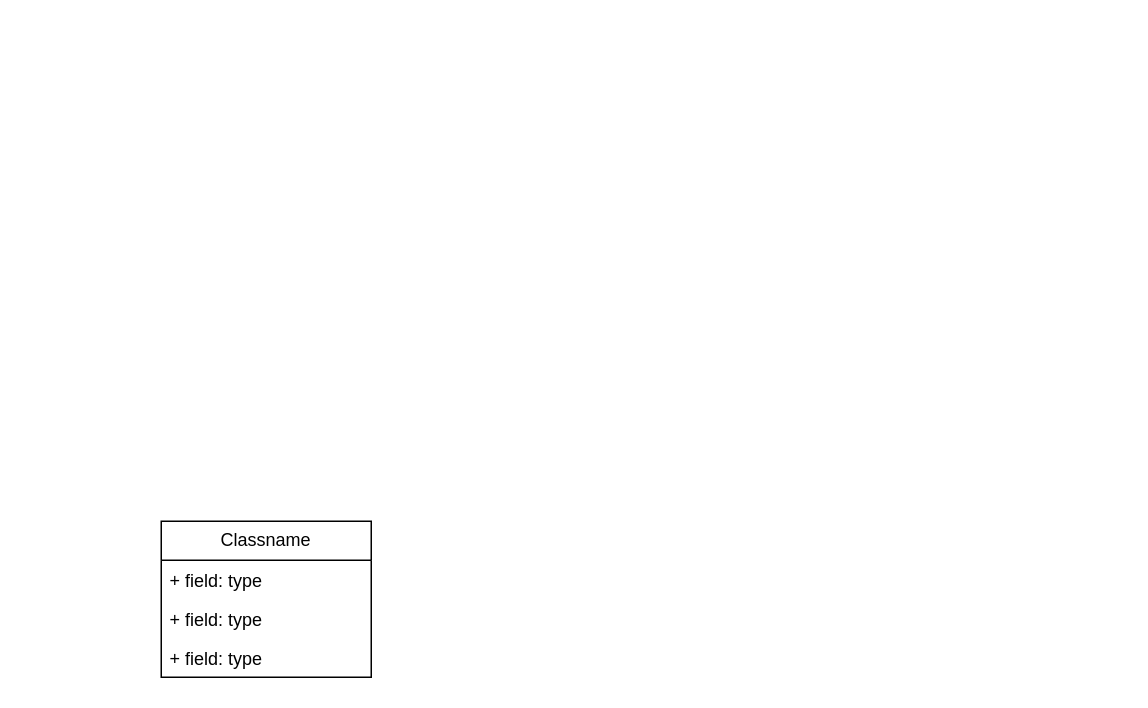
Earlier version of the draw.io diagram Projet_EFM.drawio (HoudaLa/EFM_Project). Source tidied: cells renumbered, new cells numbered last; positions are measured from the earlier drawing's top-left corner, leaving out a move shared by most shapes. Both pictures are drawn from the tidied source at 150%, with x=0, y=0 at pixel (160, 520).
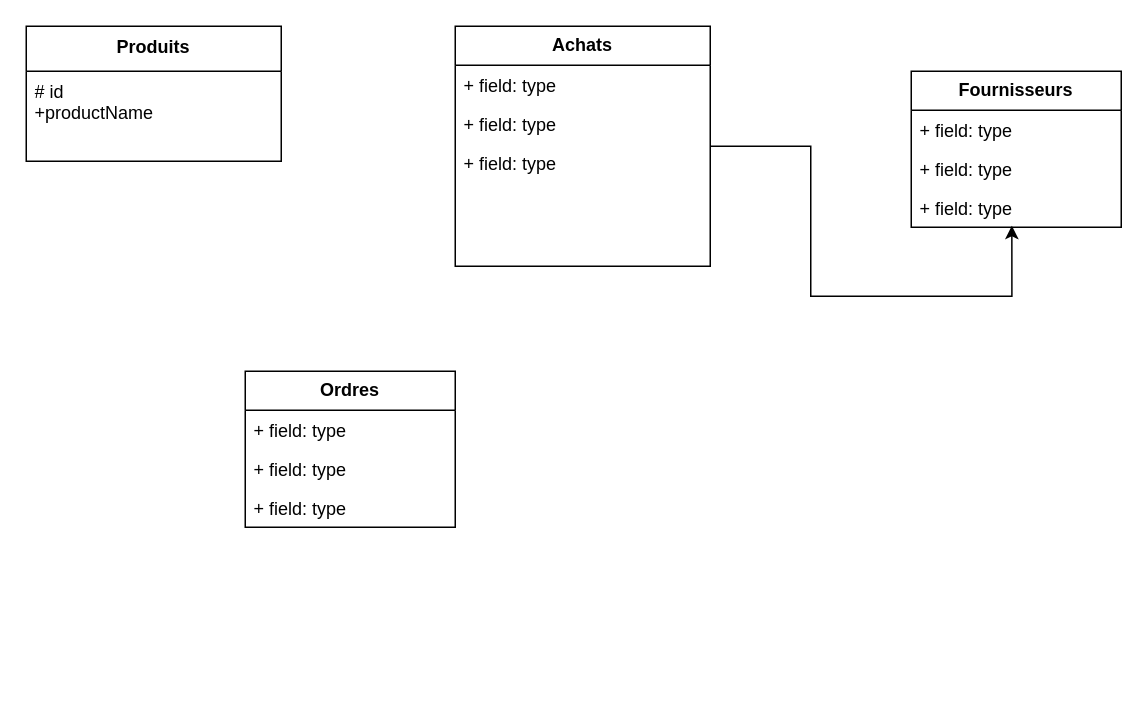
Above is the later version.

Commit message (it also covers changes not shown here):
Mettre à jour Projet_EFM.drawio

The edit, as a diff of the source:
```diff
@@
 <mxGraphModel>
   <root>
     <mxCell id="0" />
     <mxCell id="1" parent="0" />
-    <mxCell id="2" value="Classname" style="swimlane;fontStyle=0;horizontal=1;startSize=26;fillColor=none;whiteSpace=wrap;html=1;" parent="1" vertex="1">
-      <mxGeometry width="140" height="104" as="geometry" />
-    </mxCell>
-    <mxCell id="3" value="+ field: type" style="text;strokeColor=none;fillColor=none;align=left;verticalAlign=top;spacingLeft=4;spacingRight=4;overflow=hidden;whiteSpace=wrap;html=1;" parent="2" vertex="1">
-      <mxGeometry y="26" width="140" height="26" as="geometry" />
-    </mxCell>
-    <mxCell id="4" value="+ field: type" style="text;strokeColor=none;fillColor=none;align=left;verticalAlign=top;spacingLeft=4;spacingRight=4;overflow=hidden;whiteSpace=wrap;html=1;" parent="2" vertex="1">
-      <mxGeometry y="52" width="140" height="26" as="geometry" />
-    </mxCell>
-    <mxCell id="5" value="+ field: type" style="text;strokeColor=none;fillColor=none;align=left;verticalAlign=top;spacingLeft=4;spacingRight=4;overflow=hidden;whiteSpace=wrap;html=1;" parent="2" vertex="1">
-      <mxGeometry y="78" width="140" height="26" as="geometry" />
-    </mxCell>
+    <mxCell id="6" value="Produits" style="swimlane;fontStyle=1;align=center;verticalAlign=top;horizontal=1;startSize=30;whiteSpace=wrap;html=1;" parent="1" vertex="1">
+      <mxGeometry x="-90" y="-330" width="170" height="90" as="geometry" />
+    </mxCell>
+    <mxCell id="7" value="&lt;div&gt;# id&lt;/div&gt;&lt;div&gt;+productName&lt;/div&gt;&lt;div&gt;&lt;br&gt;&lt;/div&gt;" style="text;strokeColor=none;fillColor=none;align=left;verticalAlign=top;spacingLeft=4;spacingRight=4;overflow=hidden;whiteSpace=wrap;html=1;" parent="6" vertex="1">
+      <mxGeometry y="30" width="170" height="60" as="geometry" />
+    </mxCell>
+    <mxCell id="8" value="&lt;b&gt;Achats&lt;/b&gt;" style="swimlane;fontStyle=0;horizontal=1;startSize=26;fillColor=none;whiteSpace=wrap;html=1;" parent="1" vertex="1">
+      <mxGeometry x="196" y="-330" width="170" height="160" as="geometry" />
+    </mxCell>
+    <mxCell id="9" value="+ field: type" style="text;strokeColor=none;fillColor=none;align=left;verticalAlign=top;spacingLeft=4;spacingRight=4;overflow=hidden;whiteSpace=wrap;html=1;" parent="8" vertex="1">
+      <mxGeometry y="26" width="170" height="26" as="geometry" />
+    </mxCell>
+    <mxCell id="10" value="+ field: type" style="text;strokeColor=none;fillColor=none;align=left;verticalAlign=top;spacingLeft=4;spacingRight=4;overflow=hidden;whiteSpace=wrap;html=1;" parent="8" vertex="1">
+      <mxGeometry y="52" width="170" height="26" as="geometry" />
+    </mxCell>
+    <mxCell id="11" value="+ field: type" style="text;strokeColor=none;fillColor=none;align=left;verticalAlign=top;spacingLeft=4;spacingRight=4;overflow=hidden;whiteSpace=wrap;html=1;" parent="8" vertex="1">
+      <mxGeometry y="78" width="170" height="82" as="geometry" />
+    </mxCell>
+    <mxCell id="12" value="&lt;b&gt;Fournisseurs&lt;/b&gt;" style="swimlane;fontStyle=0;horizontal=1;startSize=26;fillColor=none;whiteSpace=wrap;html=1;" parent="1" vertex="1">
+      <mxGeometry x="500" y="-300" width="140" height="104" as="geometry" />
+    </mxCell>
+    <mxCell id="13" value="+ field: type" style="text;strokeColor=none;fillColor=none;align=left;verticalAlign=top;spacingLeft=4;spacingRight=4;overflow=hidden;whiteSpace=wrap;html=1;" parent="12" vertex="1">
+      <mxGeometry y="26" width="140" height="26" as="geometry" />
+    </mxCell>
+    <mxCell id="14" value="+ field: type" style="text;strokeColor=none;fillColor=none;align=left;verticalAlign=top;spacingLeft=4;spacingRight=4;overflow=hidden;whiteSpace=wrap;html=1;" parent="12" vertex="1">
+      <mxGeometry y="52" width="140" height="26" as="geometry" />
+    </mxCell>
+    <mxCell id="15" value="+ field: type" style="text;strokeColor=none;fillColor=none;align=left;verticalAlign=top;spacingLeft=4;spacingRight=4;overflow=hidden;points=[[0,0.5],[1,0.5]];portConstraint=eastwest;whiteSpace=wrap;html=1;" parent="12" vertex="1">
+      <mxGeometry y="78" width="140" height="26" as="geometry" />
+    </mxCell>
+    <mxCell id="16" value="&lt;b&gt;Ordres&lt;/b&gt;" style="swimlane;fontStyle=0;horizontal=1;startSize=26;fillColor=none;whiteSpace=wrap;html=1;" parent="1" vertex="1">
+      <mxGeometry x="56" y="-100" width="140" height="104" as="geometry" />
+    </mxCell>
+    <mxCell id="17" value="+ field: type" style="text;strokeColor=none;fillColor=none;align=left;verticalAlign=top;spacingLeft=4;spacingRight=4;overflow=hidden;whiteSpace=wrap;html=1;" parent="16" vertex="1">
+      <mxGeometry y="26" width="140" height="26" as="geometry" />
+    </mxCell>
+    <mxCell id="18" value="+ field: type" style="text;strokeColor=none;fillColor=none;align=left;verticalAlign=top;spacingLeft=4;spacingRight=4;overflow=hidden;whiteSpace=wrap;html=1;" parent="16" vertex="1">
+      <mxGeometry y="52" width="140" height="26" as="geometry" />
+    </mxCell>
+    <mxCell id="19" value="+ field: type" style="text;strokeColor=none;fillColor=none;align=left;verticalAlign=top;spacingLeft=4;spacingRight=4;overflow=hidden;whiteSpace=wrap;html=1;" parent="16" vertex="1">
+      <mxGeometry y="78" width="140" height="26" as="geometry" />
+    </mxCell>
+    <mxCell id="20" style="edgeStyle=orthogonalEdgeStyle;rounded=0;jettySize=auto;html=1;entryX=0.479;entryY=0.962;entryDx=0;entryDy=0;entryPerimeter=0;" parent="1" edge="1" source="8" target="15">
+      <mxGeometry relative="1" as="geometry" />
+    </mxCell>
   </root>
 </mxGraphModel>
```
